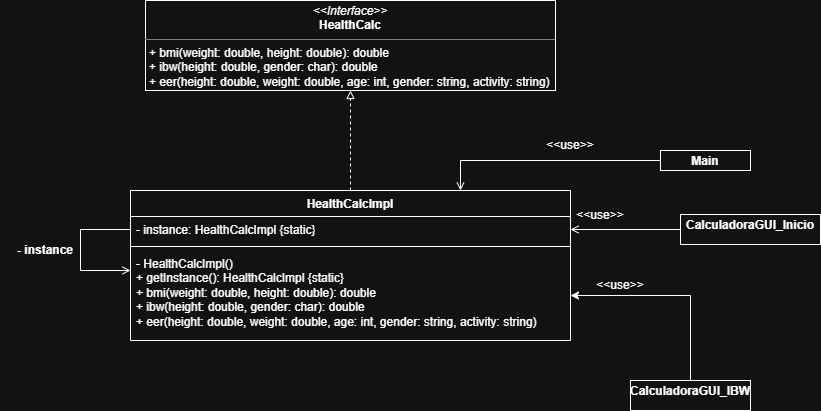
JuAnRuO86/healthcalc keeps this draw.io diagram as design_patterns/DiagramaUML_Singleton.png. Above is the earlier version. Source tidied: cells renumbered, new cells last; positions are measured from the earlier drawing's top-left corner, leaving out a move shared by most shapes.
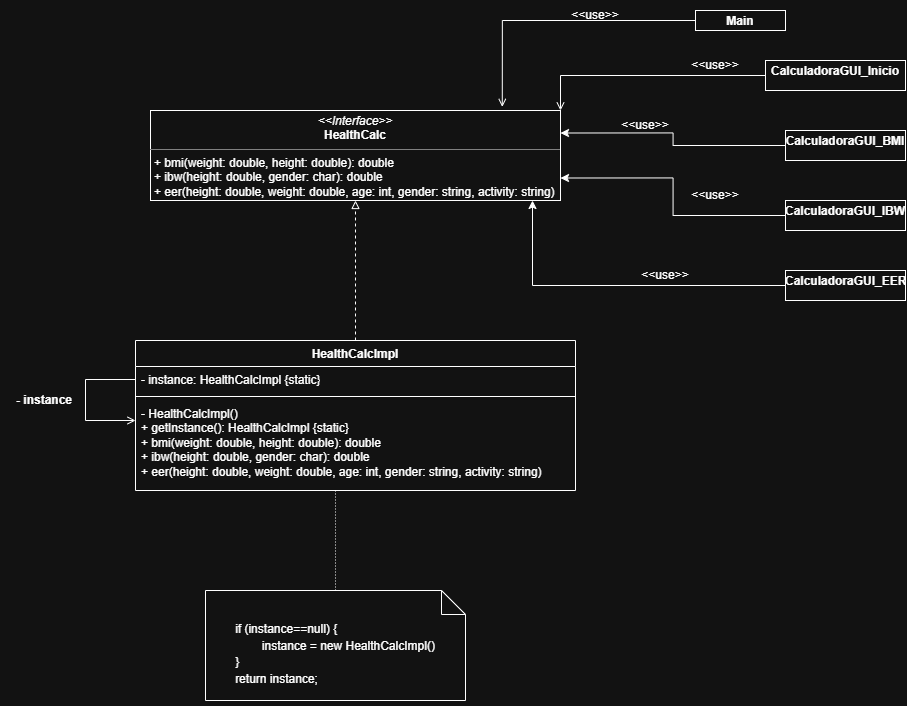
The same diagram one commit later.

Commit message:
docs: cambios en los diagramas UML Singleton y Adapter

What changed in the source:
```diff
@@ -6,7 +6,7 @@
       <mxGeometry relative="1" as="geometry" />
     </mxCell>
     <mxCell id="3" value="HealthCalcImpl" style="swimlane;fontStyle=1;align=center;verticalAlign=top;horizontal=1;startSize=26;whiteSpace=wrap;html=1;" parent="1" vertex="1">
-      <mxGeometry x="130" y="190" width="440" height="150" as="geometry" />
+      <mxGeometry x="440" y="370" width="440" height="150" as="geometry" />
     </mxCell>
     <mxCell id="4" style="edgeStyle=orthogonalEdgeStyle;rounded=0;jettySize=auto;html=1;endArrow=open;endFill=0;" parent="3" edge="1" source="5">
       <mxGeometry relative="1" as="geometry">
@@ -27,37 +27,65 @@
       <mxGeometry y="60" width="440" height="90" as="geometry" />
     </mxCell>
     <mxCell id="8" value="&lt;p style=&quot;margin:0px;margin-top:4px;text-align:center;&quot;&gt;&lt;i&gt;&amp;lt;&amp;lt;Interface&amp;gt;&amp;gt;&lt;/i&gt;&lt;br&gt;&lt;b&gt;HealthCalc&lt;/b&gt;&lt;/p&gt;&lt;hr size=&quot;1&quot; style=&quot;border-style:solid;&quot;&gt;&lt;p style=&quot;margin:0px;margin-left:4px;&quot;&gt;+&amp;nbsp;bmi(weight: double, height: double): double&lt;br&gt;+ ibw(height: double, gender: char): double&lt;/p&gt;&lt;p style=&quot;margin:0px;margin-left:4px;&quot;&gt;+ eer(height: double, weight: double, age: int, gender: string, activity: string)&lt;/p&gt;&lt;p style=&quot;margin:0px;margin-left:4px;&quot;&gt;&lt;br&gt;&lt;/p&gt;&lt;hr size=&quot;1&quot; style=&quot;border-style:solid;&quot;&gt;&lt;p style=&quot;margin:0px;margin-left:4px;&quot;&gt;&lt;br&gt;&lt;/p&gt;" style="verticalAlign=top;align=left;overflow=fill;html=1;whiteSpace=wrap;" parent="1" vertex="1">
-      <mxGeometry x="145" width="410" height="90" as="geometry" />
+      <mxGeometry x="455" y="140" width="410" height="90" as="geometry" />
     </mxCell>
     <mxCell id="9" value="&lt;b&gt;- instance&lt;/b&gt;" style="text;html=1;whiteSpace=wrap;strokeColor=none;fillColor=none;align=center;verticalAlign=middle;rounded=0;" parent="1" vertex="1">
-      <mxGeometry y="240" width="90" height="20" as="geometry" />
+      <mxGeometry x="304" y="420" width="90" height="20" as="geometry" />
     </mxCell>
     <mxCell id="10" value="&lt;p style=&quot;margin:0px;margin-top:4px;text-align:center;&quot;&gt;&lt;b&gt;CalculadoraGUI_Inicio&lt;/b&gt;&lt;/p&gt;&lt;p style=&quot;margin:0px;margin-top:4px;text-align:center;&quot;&gt;&lt;br&gt;&lt;/p&gt;" style="verticalAlign=top;align=left;overflow=fill;html=1;whiteSpace=wrap;" parent="1" vertex="1">
-      <mxGeometry x="680" y="214" width="140" height="30" as="geometry" />
+      <mxGeometry x="1070" y="90" width="140" height="30" as="geometry" />
     </mxCell>
-    <mxCell id="11" style="edgeStyle=orthogonalEdgeStyle;rounded=0;jettySize=auto;html=1;entryX=1;entryY=0.5;entryDx=0;entryDy=0;endArrow=open;endFill=0;" parent="1" edge="1" source="10" target="5">
+    <mxCell id="11" style="edgeStyle=orthogonalEdgeStyle;rounded=0;jettySize=auto;html=1;entryX=1;entryY=0;entryDx=0;entryDy=0;endArrow=open;endFill=0;" parent="1" edge="1" source="10" target="8">
       <mxGeometry relative="1" as="geometry" />
     </mxCell>
     <mxCell id="12" value="&amp;lt;&amp;lt;use&amp;gt;&amp;gt;" style="text;html=1;whiteSpace=wrap;strokeColor=none;fillColor=none;align=center;verticalAlign=middle;rounded=0;" parent="1" vertex="1">
-      <mxGeometry x="570" y="200" width="60" height="30" as="geometry" />
+      <mxGeometry x="990" y="80" width="60" height="30" as="geometry" />
     </mxCell>
-    <mxCell id="13" style="edgeStyle=orthogonalEdgeStyle;rounded=0;jettySize=auto;html=1;entryX=0.75;entryY=0;entryDx=0;entryDy=0;endArrow=open;endFill=0;" parent="1" edge="1" source="14" target="3">
+    <mxCell id="13" style="edgeStyle=orthogonalEdgeStyle;rounded=0;jettySize=auto;html=1;entryX=0.858;entryY=-0.04;entryDx=0;entryDy=0;endArrow=open;endFill=0;entryPerimeter=0;" parent="1" edge="1" source="14" target="8">
       <mxGeometry relative="1" as="geometry" />
     </mxCell>
     <mxCell id="14" value="&lt;p style=&quot;margin:0px;margin-top:4px;text-align:center;&quot;&gt;&lt;b&gt;Main&lt;/b&gt;&lt;/p&gt;" style="verticalAlign=top;align=left;overflow=fill;html=1;whiteSpace=wrap;" parent="1" vertex="1">
-      <mxGeometry x="660" y="150" width="90" height="20" as="geometry" />
+      <mxGeometry x="1000" y="40" width="90" height="20" as="geometry" />
     </mxCell>
     <mxCell id="15" value="&amp;lt;&amp;lt;use&amp;gt;&amp;gt;" style="text;html=1;whiteSpace=wrap;strokeColor=none;fillColor=none;align=center;verticalAlign=middle;rounded=0;" parent="1" vertex="1">
-      <mxGeometry x="540" y="130" width="60" height="30" as="geometry" />
+      <mxGeometry x="870" y="30" width="60" height="30" as="geometry" />
     </mxCell>
-    <mxCell id="16" style="edgeStyle=orthogonalEdgeStyle;rounded=0;jettySize=auto;html=1;" parent="1" edge="1" source="17" target="7">
+    <mxCell id="16" style="edgeStyle=orthogonalEdgeStyle;rounded=0;jettySize=auto;html=1;entryX=1;entryY=0.25;entryDx=0;entryDy=0;" parent="1" edge="1" source="17" target="8">
       <mxGeometry relative="1" as="geometry" />
     </mxCell>
-    <mxCell id="17" value="&lt;p style=&quot;margin:0px;margin-top:4px;text-align:center;&quot;&gt;&lt;b&gt;CalculadoraGUI_IBW&lt;/b&gt;&lt;/p&gt;" style="verticalAlign=top;align=left;overflow=fill;html=1;whiteSpace=wrap;" parent="1" vertex="1">
-      <mxGeometry x="630" y="380" width="120" height="30" as="geometry" />
+    <mxCell id="17" value="&lt;p style=&quot;margin:0px;margin-top:4px;text-align:center;&quot;&gt;&lt;b&gt;CalculadoraGUI_BMI&lt;/b&gt;&lt;/p&gt;" style="verticalAlign=top;align=left;overflow=fill;html=1;whiteSpace=wrap;" parent="1" vertex="1">
+      <mxGeometry x="1090" y="160" width="120" height="30" as="geometry" />
     </mxCell>
     <mxCell id="18" value="&amp;lt;&amp;lt;use&amp;gt;&amp;gt;" style="text;html=1;whiteSpace=wrap;strokeColor=none;fillColor=none;align=center;verticalAlign=middle;rounded=0;" parent="1" vertex="1">
-      <mxGeometry x="590" y="270" width="60" height="30" as="geometry" />
+      <mxGeometry x="920" y="140" width="60" height="30" as="geometry" />
     </mxCell>
+    <mxCell id="19" style="edgeStyle=orthogonalEdgeStyle;rounded=0;jettySize=auto;html=1;entryX=1;entryY=0.75;entryDx=0;entryDy=0;" parent="1" edge="1" source="20" target="8">
+      <mxGeometry relative="1" as="geometry" />
+    </mxCell>
+    <mxCell id="20" value="&lt;p style=&quot;margin:0px;margin-top:4px;text-align:center;&quot;&gt;&lt;b&gt;CalculadoraGUI_IBW&lt;/b&gt;&lt;/p&gt;" style="verticalAlign=top;align=left;overflow=fill;html=1;whiteSpace=wrap;" parent="1" vertex="1">
+      <mxGeometry x="1090" y="230" width="120" height="30" as="geometry" />
+    </mxCell>
+    <mxCell id="21" value="&lt;p style=&quot;margin:0px;margin-top:4px;text-align:center;&quot;&gt;&lt;b&gt;CalculadoraGUI_EER&lt;/b&gt;&lt;/p&gt;" style="verticalAlign=top;align=left;overflow=fill;html=1;whiteSpace=wrap;" parent="1" vertex="1">
+      <mxGeometry x="1090" y="300" width="120" height="30" as="geometry" />
+    </mxCell>
+    <mxCell id="22" style="edgeStyle=orthogonalEdgeStyle;rounded=0;jettySize=auto;html=1;" parent="1" edge="1" source="21">
+      <mxGeometry relative="1" as="geometry">
+        <mxPoint x="837" y="230" as="targetPoint" />
+      </mxGeometry>
+    </mxCell>
+    <mxCell id="23" value="&amp;lt;&amp;lt;use&amp;gt;&amp;gt;" style="text;html=1;whiteSpace=wrap;strokeColor=none;fillColor=none;align=center;verticalAlign=middle;rounded=0;" parent="1" vertex="1">
+      <mxGeometry x="990" y="210" width="60" height="30" as="geometry" />
+    </mxCell>
+    <mxCell id="24" value="&amp;lt;&amp;lt;use&amp;gt;&amp;gt;" style="text;html=1;whiteSpace=wrap;strokeColor=none;fillColor=none;align=center;verticalAlign=middle;rounded=0;" parent="1" vertex="1">
+      <mxGeometry x="940" y="290" width="60" height="30" as="geometry" />
+    </mxCell>
+    <mxCell id="25" style="edgeStyle=orthogonalEdgeStyle;rounded=0;jettySize=auto;html=1;endArrow=none;endFill=0;dashed=1;dashPattern=1 2;" parent="1" edge="1" source="26">
+      <mxGeometry relative="1" as="geometry">
+        <mxPoint x="640" y="520" as="targetPoint" />
+      </mxGeometry>
+    </mxCell>
+    <mxCell id="26" value="&lt;span id=&quot;docs-internal-guid-5cedc8ed-7fff-e636-bc3d-5138603a185b&quot;&gt;&lt;p dir=&quot;ltr&quot; style=&quot;line-height:1.38;text-align: justify;margin-top:0pt;margin-bottom:0pt;&quot;&gt;&lt;span style=&quot;font-family: Arial, sans-serif; background-color: transparent; font-variant: normal; vertical-align: baseline; white-space: pre-wrap;&quot;&gt;&lt;font&gt;if (instance==null) {&lt;/font&gt;&lt;/span&gt;&lt;/p&gt;&lt;p dir=&quot;ltr&quot; style=&quot;line-height:1.38;text-align: justify;margin-top:0pt;margin-bottom:0pt;&quot;&gt;&lt;font&gt;&lt;span style=&quot;font-family: Arial, sans-serif; background-color: transparent; font-variant: normal; vertical-align: baseline; white-space: pre-wrap;&quot;&gt;&lt;span class=&quot;Apple-tab-span&quot; style=&quot;white-space:pre;&quot;&gt;&#9;&lt;/span&gt;&lt;/span&gt;&lt;span style=&quot;font-family: Arial, sans-serif; background-color: transparent; font-variant: normal; vertical-align: baseline; white-space: pre-wrap;&quot;&gt;instance = new HealthCalcImpl()&lt;/span&gt;&lt;/font&gt;&lt;/p&gt;&lt;p dir=&quot;ltr&quot; style=&quot;line-height:1.38;text-align: justify;margin-top:0pt;margin-bottom:0pt;&quot;&gt;&lt;span style=&quot;font-family: Arial, sans-serif; background-color: transparent; font-variant: normal; vertical-align: baseline; white-space: pre-wrap;&quot;&gt;&lt;font&gt;}&lt;/font&gt;&lt;/span&gt;&lt;/p&gt;&lt;p dir=&quot;ltr&quot; style=&quot;line-height:1.38;text-align: justify;margin-top:0pt;margin-bottom:0pt;&quot;&gt;&lt;span style=&quot;font-family: Arial, sans-serif; background-color: transparent; font-variant: normal; vertical-align: baseline; white-space: pre-wrap;&quot;&gt;&lt;font&gt;return instance;&lt;/font&gt;&lt;/span&gt;&lt;/p&gt;&lt;div&gt;&lt;span style=&quot;font-size: 11pt; font-family: Arial, sans-serif; background-color: transparent; font-variant: normal; vertical-align: baseline; white-space: pre-wrap;&quot;&gt;&lt;br&gt;&lt;/span&gt;&lt;/div&gt;&lt;/span&gt;" style="shape=note2;boundedLbl=1;whiteSpace=wrap;html=1;size=24;verticalAlign=top;align=center;" parent="1" vertex="1">
+      <mxGeometry x="510" y="620" width="260" height="110" as="geometry" />
+    </mxCell>
   </root>
 </mxGraphModel>
```
